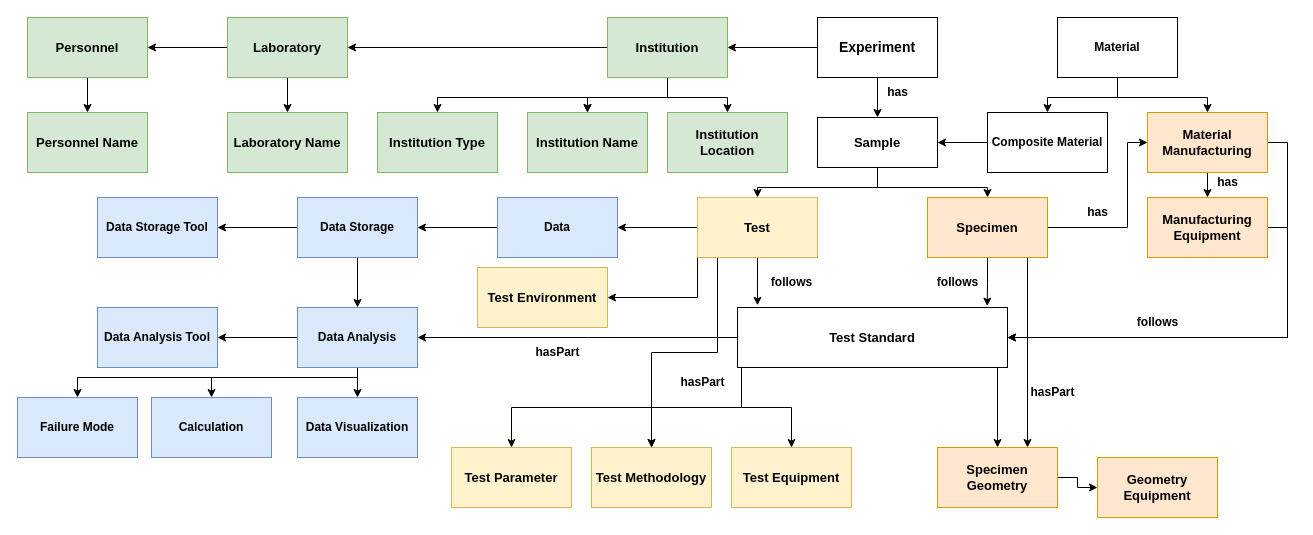
This is Logic_Diagram.drawio from materials-discovery/Qihan-Hu, a draw.io file, before an edit. Source tidied: cells renumbered, new cells numbered last; positions are measured from the earlier drawing's top-left corner, leaving out a move shared by most shapes. Both pictures are drawn from the tidied source at 100%, with x=0, y=0 at pixel (17, 17).
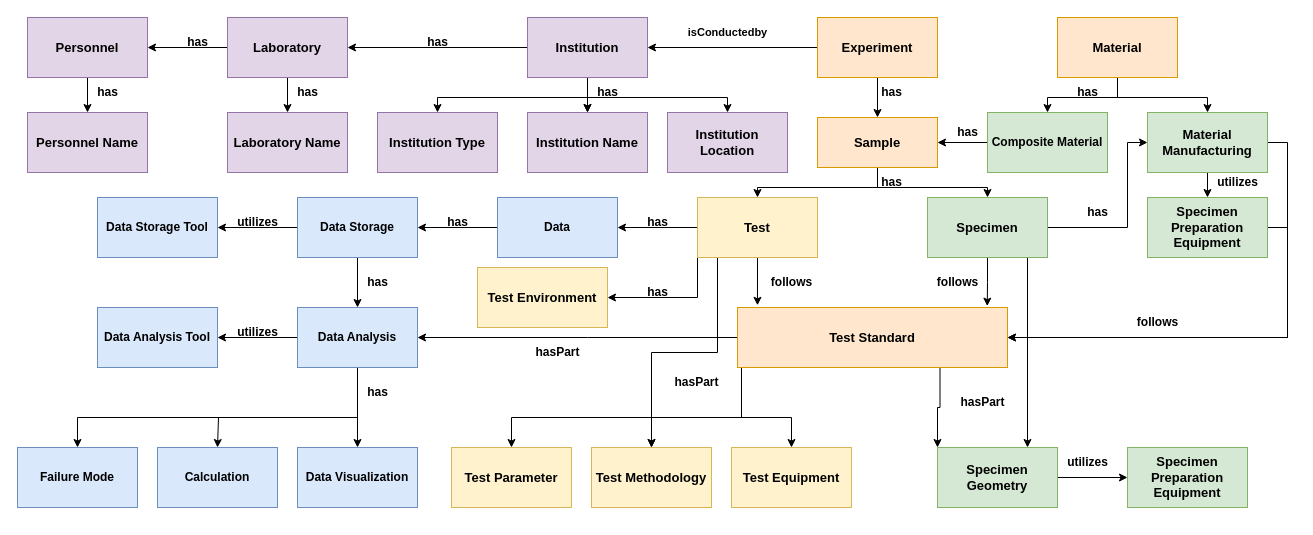
After the change.

Commit message:
I updatd the logic diagram with more relationships.

The change refers to these unchanged cells:
```xml
<mxCell id="30" value="Test Equipment" style="rounded=0;whiteSpace=wrap;html=1;fontStyle=1;fontSize=13;fillColor=#fff2cc;strokeColor=#d6b656;" parent="1" vertex="1">
  <mxGeometry x="714" y="430" width="120" height="60" as="geometry" />
</mxCell>
<mxCell id="31" value="Test Methodology" style="rounded=0;whiteSpace=wrap;html=1;fontStyle=1;fontSize=13;fillColor=#fff2cc;strokeColor=#d6b656;" parent="1" vertex="1">
  <mxGeometry x="574" y="430" width="120" height="60" as="geometry" />
</mxCell>
<mxCell id="32" value="Test Parameter" style="rounded=0;whiteSpace=wrap;html=1;fontStyle=1;fontSize=13;fillColor=#fff2cc;strokeColor=#d6b656;" parent="1" vertex="1">
  <mxGeometry x="434" y="430" width="120" height="60" as="geometry" />
</mxCell>
<mxCell id="47" value="Data Analysis" style="whiteSpace=wrap;html=1;rounded=0;fontStyle=1;fillColor=#dae8fc;strokeColor=#6c8ebf;" parent="1" vertex="1">
  <mxGeometry x="280" y="290" width="120" height="60" as="geometry" />
</mxCell>
```

What changed in the source:
```diff
@@
-    <mxCell id="4" value="&lt;b&gt;&lt;font style=&quot;font-size: 14px;&quot;&gt;Experiment&lt;/font&gt;&lt;/b&gt;" style="rounded=0;whiteSpace=wrap;html=1;" parent="1" vertex="1">
+    <mxCell id="4" value="&lt;span&gt;&lt;font style=&quot;font-size: 13px;&quot;&gt;Experiment&lt;/font&gt;&lt;/span&gt;" style="rounded=0;whiteSpace=wrap;html=1;fillColor=#ffe6cc;strokeColor=#d79b00;fontStyle=1;" parent="1" vertex="1">
       <mxGeometry x="800" width="120" height="60" as="geometry" />
     </mxCell>
@@
-    <mxCell id="7" value="&lt;b&gt;&lt;font style=&quot;font-size: 13px;&quot;&gt;Sample&lt;/font&gt;&lt;/b&gt;" style="rounded=0;whiteSpace=wrap;html=1;" parent="1" vertex="1">
+    <mxCell id="7" value="&lt;b&gt;&lt;font style=&quot;font-size: 13px;&quot;&gt;Sample&lt;/font&gt;&lt;/b&gt;" style="rounded=0;whiteSpace=wrap;html=1;fillColor=#ffe6cc;strokeColor=#d79b00;" parent="1" vertex="1">
       <mxGeometry x="800" y="100" width="120" height="50" as="geometry" />
     </mxCell>
     <mxCell id="8" value="has" style="text;html=1;align=center;verticalAlign=middle;strokeColor=none;fillColor=none;fontStyle=1;" parent="1" vertex="1">
-      <mxGeometry x="860" y="60" width="40" height="30" as="geometry" />
+      <mxGeometry x="854" y="60" width="40" height="30" as="geometry" />
     </mxCell>
@@
-    <mxCell id="12" value="Specimen" style="rounded=0;whiteSpace=wrap;html=1;fontStyle=1;fontSize=13;fillColor=#ffe6cc;strokeColor=#d79b00;" parent="1" vertex="1">
+    <mxCell id="12" value="Specimen" style="rounded=0;whiteSpace=wrap;html=1;fontStyle=1;fontSize=13;fillColor=#d5e8d4;strokeColor=#82b366;" parent="1" vertex="1">
       <mxGeometry x="910" y="180" width="120" height="60" as="geometry" />
     </mxCell>
@@
     <mxCell id="18" style="edgeStyle=orthogonalEdgeStyle;rounded=0;jettySize=auto;html=1;exitX=0;exitY=1;exitDx=0;exitDy=0;entryX=0.5;entryY=0;entryDx=0;entryDy=0;" parent="1" edge="1" source="23" target="31">
       <mxGeometry relative="1" as="geometry">
         <Array as="points">
           <mxPoint x="724" y="350" />
-          <mxPoint x="724" y="390" />
-          <mxPoint x="634" y="390" />
+          <mxPoint x="724" y="400" />
+          <mxPoint x="634" y="400" />
         </Array>
       </mxGeometry>
     </mxCell>
     <mxCell id="19" style="edgeStyle=orthogonalEdgeStyle;rounded=0;jettySize=auto;html=1;exitX=0;exitY=1;exitDx=0;exitDy=0;entryX=0.5;entryY=0;entryDx=0;entryDy=0;" parent="1" edge="1" source="23" target="30">
       <mxGeometry relative="1" as="geometry">
         <Array as="points">
           <mxPoint x="724" y="350" />
-          <mxPoint x="724" y="390" />
-          <mxPoint x="774" y="390" />
+          <mxPoint x="724" y="400" />
+          <mxPoint x="774" y="400" />
         </Array>
       </mxGeometry>
     </mxCell>
     <mxCell id="20" style="edgeStyle=orthogonalEdgeStyle;rounded=0;jettySize=auto;html=1;exitX=0;exitY=1;exitDx=0;exitDy=0;entryX=0.5;entryY=0;entryDx=0;entryDy=0;" parent="1" edge="1" source="23" target="32">
       <mxGeometry relative="1" as="geometry">
         <Array as="points">
           <mxPoint x="724" y="350" />
-          <mxPoint x="724" y="390" />
-          <mxPoint x="494" y="390" />
+          <mxPoint x="724" y="400" />
+          <mxPoint x="494" y="400" />
         </Array>
       </mxGeometry>
     </mxCell>
@@
-    <mxCell id="22" style="edgeStyle=orthogonalEdgeStyle;rounded=0;jettySize=auto;html=1;exitX=0.75;exitY=1;exitDx=0;exitDy=0;entryX=0.5;entryY=0;entryDx=0;entryDy=0;" parent="1" edge="1" source="23" target="25">
-      <mxGeometry relative="1" as="geometry">
-        <Array as="points">
-          <mxPoint x="980" y="350" />
-        </Array>
-      </mxGeometry>
+    <mxCell id="22" style="edgeStyle=orthogonalEdgeStyle;rounded=0;jettySize=auto;html=1;exitX=0.75;exitY=1;exitDx=0;exitDy=0;entryX=0;entryY=0;entryDx=0;entryDy=0;" parent="1" edge="1" source="23" target="25">
+      <mxGeometry relative="1" as="geometry" />
     </mxCell>
-    <mxCell id="23" value="Test Standard" style="rounded=0;whiteSpace=wrap;html=1;fontColor=#000000;fontStyle=1;fontSize=13;" parent="1" vertex="1">
+    <mxCell id="23" value="Test Standard" style="rounded=0;whiteSpace=wrap;html=1;fontStyle=1;fontSize=13;fillColor=#ffe6cc;strokeColor=#d79b00;" parent="1" vertex="1">
       <mxGeometry x="720" y="290" width="270" height="60" as="geometry" />
     </mxCell>
-    <mxCell id="24" style="edgeStyle=orthogonalEdgeStyle;rounded=0;jettySize=auto;html=1;" parent="1" edge="1" source="25" target="28">
+    <mxCell id="24" style="edgeStyle=orthogonalEdgeStyle;rounded=0;jettySize=auto;html=1;entryX=0;entryY=0.5;entryDx=0;entryDy=0;" parent="1" edge="1" source="25" target="84">
       <mxGeometry relative="1" as="geometry" />
     </mxCell>
-    <mxCell id="25" value="Specimen Geometry" style="rounded=0;whiteSpace=wrap;html=1;fontStyle=1;fontSize=13;fillColor=#ffe6cc;strokeColor=#d79b00;" parent="1" vertex="1">
+    <mxCell id="25" value="Specimen Geometry" style="rounded=0;whiteSpace=wrap;html=1;fontStyle=1;fontSize=13;fillColor=#d5e8d4;strokeColor=#82b366;" parent="1" vertex="1">
       <mxGeometry x="920" y="430" width="120" height="60" as="geometry" />
     </mxCell>
@@
-    <mxCell id="27" value="Manufacturing Equipment" style="whiteSpace=wrap;html=1;fontSize=13;rounded=0;fontStyle=1;fillColor=#ffe6cc;strokeColor=#d79b00;" parent="1" vertex="1">
+    <mxCell id="27" value="Specimen Preparation Equipment" style="whiteSpace=wrap;html=1;fontSize=13;rounded=0;fontStyle=1;fillColor=#d5e8d4;strokeColor=#82b366;" parent="1" vertex="1">
       <mxGeometry x="1130" y="180" width="120" height="60" as="geometry" />
     </mxCell>
-    <mxCell id="28" value="Geometry Equipment" style="whiteSpace=wrap;html=1;fontSize=13;rounded=0;fontStyle=1;fillColor=#ffe6cc;strokeColor=#d79b00;" parent="1" vertex="1">
-      <mxGeometry x="1080" y="440" width="120" height="60" as="geometry" />
-    </mxCell>
@@
-    <mxCell id="34" value="Personnel" style="whiteSpace=wrap;html=1;rounded=0;fontStyle=1;fontSize=13;fillColor=#d5e8d4;strokeColor=#82b366;" parent="1" vertex="1">
+    <mxCell id="34" value="Personnel" style="whiteSpace=wrap;html=1;rounded=0;fontStyle=1;fontSize=13;fillColor=#e1d5e7;strokeColor=#9673a6;" parent="1" vertex="1">
       <mxGeometry x="10" width="120" height="60" as="geometry" />
     </mxCell>
@@
-    <mxCell id="37" value="Laboratory" style="whiteSpace=wrap;html=1;fontSize=13;rounded=0;fontStyle=1;fillColor=#d5e8d4;strokeColor=#82b366;" parent="1" vertex="1">
+    <mxCell id="37" value="Laboratory" style="whiteSpace=wrap;html=1;fontSize=13;rounded=0;fontStyle=1;fillColor=#e1d5e7;strokeColor=#9673a6;" parent="1" vertex="1">
       <mxGeometry x="210" width="120" height="60" as="geometry" />
     </mxCell>
@@
-    <mxCell id="44" style="edgeStyle=orthogonalEdgeStyle;rounded=0;jettySize=auto;html=1;exitX=0.5;exitY=1;exitDx=0;exitDy=0;entryX=0.5;entryY=0;entryDx=0;entryDy=0;" parent="1" edge="1" source="47" target="49">
-      <mxGeometry relative="1" as="geometry">
-        <Array as="points">
-          <mxPoint x="340" y="360" />
-          <mxPoint x="194" y="360" />
-        </Array>
-      </mxGeometry>
-    </mxCell>
     <mxCell id="45" style="edgeStyle=orthogonalEdgeStyle;rounded=0;jettySize=auto;html=1;exitX=0.5;exitY=1;exitDx=0;exitDy=0;entryX=0.5;entryY=0;entryDx=0;entryDy=0;" parent="1" edge="1" source="47" target="50">
       <mxGeometry relative="1" as="geometry">
         <Array as="points">
-          <mxPoint x="340" y="360" />
-          <mxPoint x="60" y="360" />
+          <mxPoint x="340" y="400" />
+          <mxPoint x="60" y="400" />
+          <mxPoint x="60" y="430" />
         </Array>
       </mxGeometry>
     </mxCell>
@@
+    <mxCell id="80" style="edgeStyle=orthogonalEdgeStyle;rounded=0;orthogonalLoop=1;jettySize=auto;html=1;exitX=0.5;exitY=1;exitDx=0;exitDy=0;entryX=0.5;entryY=0;entryDx=0;entryDy=0;" parent="1" edge="1">
+      <mxGeometry relative="1" as="geometry">
+        <mxPoint x="340" y="350" as="sourcePoint" />
+        <mxPoint x="200" y="430" as="targetPoint" />
+        <Array as="points">
+          <mxPoint x="340" y="400" />
+          <mxPoint x="201" y="400" />
+        </Array>
+      </mxGeometry>
+    </mxCell>
@@
     <mxCell id="48" value="Data Visualization" style="whiteSpace=wrap;html=1;rounded=0;fontStyle=1;fillColor=#dae8fc;strokeColor=#6c8ebf;" parent="1" vertex="1">
-      <mxGeometry x="280" y="380" width="120" height="60" as="geometry" />
+      <mxGeometry x="280" y="430" width="120" height="60" as="geometry" />
     </mxCell>
     <mxCell id="49" value="Calculation" style="whiteSpace=wrap;html=1;rounded=0;fontStyle=1;fillColor=#dae8fc;strokeColor=#6c8ebf;" parent="1" vertex="1">
-      <mxGeometry x="134" y="380" width="120" height="60" as="geometry" />
+      <mxGeometry x="140" y="430" width="120" height="60" as="geometry" />
     </mxCell>
     <mxCell id="50" value="Failure Mode" style="whiteSpace=wrap;html=1;rounded=0;fontStyle=1;fillColor=#dae8fc;strokeColor=#6c8ebf;" parent="1" vertex="1">
-      <mxGeometry y="380" width="120" height="60" as="geometry" />
+      <mxGeometry y="430" width="120" height="60" as="geometry" />
     </mxCell>
     <mxCell id="51" value="hasPart" style="text;html=1;align=center;verticalAlign=middle;strokeColor=none;fillColor=none;fontStyle=1;" parent="1" vertex="1">
-      <mxGeometry x="650" y="350" width="70" height="30" as="geometry" />
+      <mxGeometry x="644" y="350" width="70" height="30" as="geometry" />
     </mxCell>
     <mxCell id="52" value="hasPart" style="text;html=1;align=center;verticalAlign=middle;strokeColor=none;fillColor=none;fontStyle=1;" parent="1" vertex="1">
-      <mxGeometry x="1000" y="360" width="70" height="30" as="geometry" />
+      <mxGeometry x="930" y="370" width="70" height="30" as="geometry" />
     </mxCell>
@@
-    <mxCell id="60" value="Material Manufacturing" style="rounded=0;whiteSpace=wrap;html=1;fontStyle=1;fontSize=13;fillColor=#ffe6cc;strokeColor=#d79b00;" parent="1" vertex="1">
+    <mxCell id="60" value="Material Manufacturing" style="rounded=0;whiteSpace=wrap;html=1;fontStyle=1;fontSize=13;fillColor=#d5e8d4;strokeColor=#82b366;" parent="1" vertex="1">
       <mxGeometry x="1130" y="95" width="120" height="60" as="geometry" />
     </mxCell>
@@
-    <mxCell id="63" value="Material" style="rounded=0;whiteSpace=wrap;html=1;fontStyle=1;" parent="1" vertex="1">
+    <mxCell id="63" value="Material" style="rounded=0;whiteSpace=wrap;html=1;fontStyle=1;fillColor=#ffe6cc;strokeColor=#d79b00;fontSize=13;" parent="1" vertex="1">
       <mxGeometry x="1040" width="120" height="60" as="geometry" />
     </mxCell>
@@
-    <mxCell id="65" value="Composite Material" style="rounded=0;whiteSpace=wrap;html=1;fontStyle=1;" parent="1" vertex="1">
+    <mxCell id="65" value="Composite Material" style="rounded=0;whiteSpace=wrap;html=1;fontStyle=1;fillColor=#d5e8d4;strokeColor=#82b366;" parent="1" vertex="1">
       <mxGeometry x="970" y="95" width="120" height="60" as="geometry" />
     </mxCell>
@@
-    <mxCell id="68" value="has" style="text;html=1;align=center;verticalAlign=middle;strokeColor=none;fillColor=none;fontStyle=1;" parent="1" vertex="1">
-      <mxGeometry x="1190" y="150" width="40" height="30" as="geometry" />
-    </mxCell>
@@
     <mxCell id="71" style="edgeStyle=orthogonalEdgeStyle;rounded=0;jettySize=auto;html=1;exitX=0.5;exitY=1;exitDx=0;exitDy=0;entryX=0.5;entryY=0;entryDx=0;entryDy=0;" parent="1" edge="1" source="74" target="76">
-      <mxGeometry relative="1" as="geometry" />
+      <mxGeometry relative="1" as="geometry">
+        <Array as="points">
+          <mxPoint x="570" y="80" />
+          <mxPoint x="710" y="80" />
+        </Array>
+      </mxGeometry>
     </mxCell>
     <mxCell id="72" style="edgeStyle=orthogonalEdgeStyle;rounded=0;jettySize=auto;html=1;exitX=0.5;exitY=1;exitDx=0;exitDy=0;entryX=0.5;entryY=0;entryDx=0;entryDy=0;" parent="1" edge="1" source="74" target="77">
       <mxGeometry relative="1" as="geometry">
         <Array as="points">
-          <mxPoint x="650" y="80" />
+          <mxPoint x="570" y="80" />
           <mxPoint x="420" y="80" />
         </Array>
       </mxGeometry>
     </mxCell>
@@
-    <mxCell id="74" value="Institution" style="whiteSpace=wrap;html=1;fontSize=13;rounded=0;fontStyle=1;fillColor=#d5e8d4;strokeColor=#82b366;" parent="1" vertex="1">
-      <mxGeometry x="590" width="120" height="60" as="geometry" />
+    <mxCell id="74" value="Institution" style="whiteSpace=wrap;html=1;fontSize=13;rounded=0;fontStyle=1;fillColor=#e1d5e7;strokeColor=#9673a6;" parent="1" vertex="1">
+      <mxGeometry x="510" width="120" height="60" as="geometry" />
     </mxCell>
-    <mxCell id="75" value="Institution Name" style="whiteSpace=wrap;html=1;fontSize=13;fillColor=#d5e8d4;strokeColor=#82b366;rounded=0;fontStyle=1;" parent="1" vertex="1">
+    <mxCell id="75" value="Institution Name" style="whiteSpace=wrap;html=1;fontSize=13;rounded=0;fontStyle=1;fillColor=#e1d5e7;strokeColor=#9673a6;" parent="1" vertex="1">
       <mxGeometry x="510" y="95" width="120" height="60" as="geometry" />
     </mxCell>
-    <mxCell id="76" value="Institution Location" style="whiteSpace=wrap;html=1;fontSize=13;fillColor=#d5e8d4;strokeColor=#82b366;rounded=0;fontStyle=1;" parent="1" vertex="1">
+    <mxCell id="76" value="Institution Location" style="whiteSpace=wrap;html=1;fontSize=13;rounded=0;fontStyle=1;fillColor=#e1d5e7;strokeColor=#9673a6;" parent="1" vertex="1">
       <mxGeometry x="650" y="95" width="120" height="60" as="geometry" />
     </mxCell>
-    <mxCell id="77" value="Institution Type" style="whiteSpace=wrap;html=1;fontSize=13;rounded=0;fontStyle=1;fillColor=#d5e8d4;strokeColor=#82b366;" parent="1" vertex="1">
+    <mxCell id="77" value="Institution Type" style="whiteSpace=wrap;html=1;fontSize=13;rounded=0;fontStyle=1;fillColor=#e1d5e7;strokeColor=#9673a6;" parent="1" vertex="1">
       <mxGeometry x="360" y="95" width="120" height="60" as="geometry" />
     </mxCell>
-    <mxCell id="78" value="Laboratory Name" style="whiteSpace=wrap;html=1;fontSize=13;rounded=0;fontStyle=1;fillColor=#d5e8d4;strokeColor=#82b366;" parent="1" vertex="1">
+    <mxCell id="78" value="Laboratory Name" style="whiteSpace=wrap;html=1;fontSize=13;rounded=0;fontStyle=1;fillColor=#e1d5e7;strokeColor=#9673a6;" parent="1" vertex="1">
       <mxGeometry x="210" y="95" width="120" height="60" as="geometry" />
     </mxCell>
-    <mxCell id="79" value="Personnel Name" style="whiteSpace=wrap;html=1;rounded=0;fontStyle=1;fontSize=13;fillColor=#d5e8d4;strokeColor=#82b366;" parent="1" vertex="1">
+    <mxCell id="79" value="Personnel Name" style="whiteSpace=wrap;html=1;rounded=0;fontStyle=1;fontSize=13;fillColor=#e1d5e7;strokeColor=#9673a6;" parent="1" vertex="1">
       <mxGeometry x="10" y="95" width="120" height="60" as="geometry" />
     </mxCell>
+    <mxCell id="81" value="utilizes" style="text;html=1;align=center;verticalAlign=middle;strokeColor=none;fillColor=none;fontStyle=1;" parent="1" vertex="1">
+      <mxGeometry x="210" y="190" width="60" height="30" as="geometry" />
+    </mxCell>
+    <mxCell id="82" value="utilizes" style="text;html=1;align=center;verticalAlign=middle;strokeColor=none;fillColor=none;fontStyle=1;" parent="1" vertex="1">
+      <mxGeometry x="210" y="300" width="60" height="30" as="geometry" />
+    </mxCell>
+    <mxCell id="83" value="utilizes" style="text;html=1;align=center;verticalAlign=middle;strokeColor=none;fillColor=none;fontStyle=1;" parent="1" vertex="1">
+      <mxGeometry x="1190" y="150" width="60" height="30" as="geometry" />
+    </mxCell>
+    <mxCell id="84" value="Specimen Preparation Equipment" style="whiteSpace=wrap;html=1;fontSize=13;rounded=0;fontStyle=1;fillColor=#d5e8d4;strokeColor=#82b366;" parent="1" vertex="1">
+      <mxGeometry x="1110" y="430" width="120" height="60" as="geometry" />
+    </mxCell>
+    <mxCell id="85" value="utilizes" style="text;html=1;align=center;verticalAlign=middle;strokeColor=none;fillColor=none;fontStyle=1;" parent="1" vertex="1">
+      <mxGeometry x="1040" y="430" width="60" height="30" as="geometry" />
+    </mxCell>
+    <mxCell id="86" value="has" style="text;html=1;align=center;verticalAlign=middle;strokeColor=none;fillColor=none;fontStyle=1;" parent="1" vertex="1">
+      <mxGeometry x="854" y="150" width="40" height="30" as="geometry" />
+    </mxCell>
+    <mxCell id="87" value="has" style="text;html=1;align=center;verticalAlign=middle;strokeColor=none;fillColor=none;fontStyle=1;" parent="1" vertex="1">
+      <mxGeometry x="570" y="60" width="40" height="30" as="geometry" />
+    </mxCell>
+    <mxCell id="88" value="&lt;font style=&quot;font-size: 11px;&quot;&gt;isConductedby&lt;/font&gt;" style="text;html=1;align=center;verticalAlign=middle;strokeColor=none;fillColor=none;fontStyle=1;fontSize=8;" parent="1" vertex="1">
+      <mxGeometry x="655" width="110" height="30" as="geometry" />
+    </mxCell>
+    <mxCell id="89" value="has" style="text;html=1;align=center;verticalAlign=middle;strokeColor=none;fillColor=none;fontStyle=1;" parent="1" vertex="1">
+      <mxGeometry x="400" y="10" width="40" height="30" as="geometry" />
+    </mxCell>
+    <mxCell id="90" value="has" style="text;html=1;align=center;verticalAlign=middle;strokeColor=none;fillColor=none;fontStyle=1;" parent="1" vertex="1">
+      <mxGeometry x="160" y="10" width="40" height="30" as="geometry" />
+    </mxCell>
+    <mxCell id="91" value="has" style="text;html=1;align=center;verticalAlign=middle;strokeColor=none;fillColor=none;fontStyle=1;" parent="1" vertex="1">
+      <mxGeometry x="70" y="60" width="40" height="30" as="geometry" />
+    </mxCell>
+    <mxCell id="92" value="has" style="text;html=1;align=center;verticalAlign=middle;strokeColor=none;fillColor=none;fontStyle=1;" parent="1" vertex="1">
+      <mxGeometry x="270" y="60" width="40" height="30" as="geometry" />
+    </mxCell>
+    <mxCell id="93" value="has" style="text;html=1;align=center;verticalAlign=middle;strokeColor=none;fillColor=none;fontStyle=1;" parent="1" vertex="1">
+      <mxGeometry x="420" y="190" width="40" height="30" as="geometry" />
+    </mxCell>
+    <mxCell id="94" value="has" style="text;html=1;align=center;verticalAlign=middle;strokeColor=none;fillColor=none;fontStyle=1;" parent="1" vertex="1">
+      <mxGeometry x="340" y="360" width="40" height="30" as="geometry" />
+    </mxCell>
+    <mxCell id="95" value="has" style="text;html=1;align=center;verticalAlign=middle;strokeColor=none;fillColor=none;fontStyle=1;" parent="1" vertex="1">
+      <mxGeometry x="620" y="190" width="40" height="30" as="geometry" />
+    </mxCell>
+    <mxCell id="96" value="has" style="text;html=1;align=center;verticalAlign=middle;strokeColor=none;fillColor=none;fontStyle=1;" parent="1" vertex="1">
+      <mxGeometry x="340" y="250" width="40" height="30" as="geometry" />
+    </mxCell>
+    <mxCell id="97" value="has" style="text;html=1;align=center;verticalAlign=middle;strokeColor=none;fillColor=none;fontStyle=1;" parent="1" vertex="1">
+      <mxGeometry x="620" y="260" width="40" height="30" as="geometry" />
+    </mxCell>
+    <mxCell id="98" value="has" style="text;html=1;align=center;verticalAlign=middle;strokeColor=none;fillColor=none;fontStyle=1;" parent="1" vertex="1">
+      <mxGeometry x="1050" y="60" width="40" height="30" as="geometry" />
+    </mxCell>
+    <mxCell id="99" value="has" style="text;html=1;align=center;verticalAlign=middle;strokeColor=none;fillColor=none;fontStyle=1;" parent="1" vertex="1">
+      <mxGeometry x="930" y="100" width="40" height="30" as="geometry" />
+    </mxCell>
```
